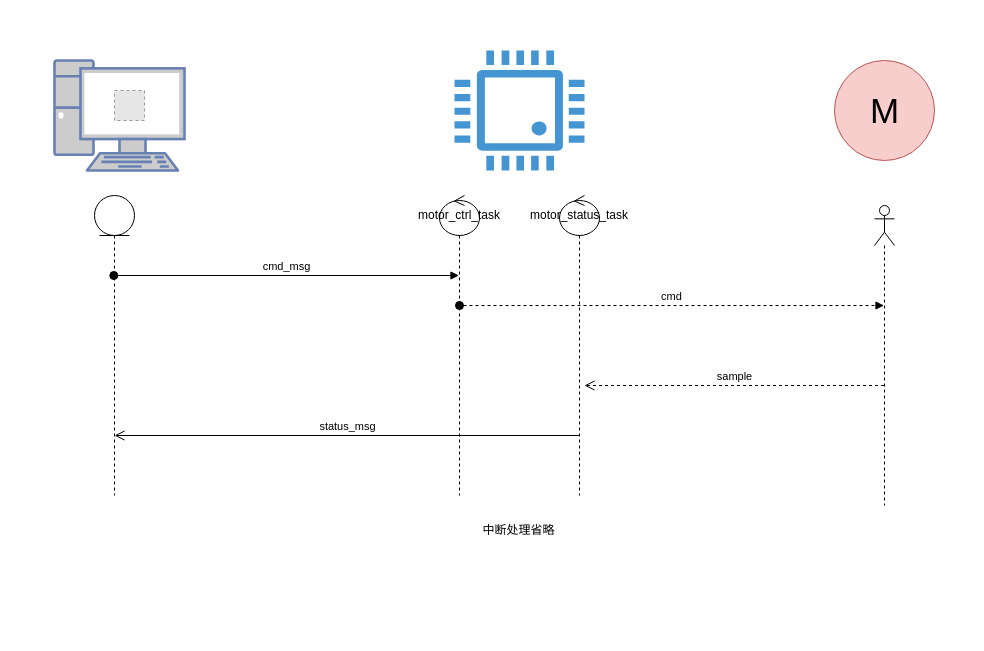
This is page "motor_ctrl_test" (12 of 12) of cx3288_sdk.drawio from hehenihao/chart, a draw.io file, before an edit. Source tidied: cells renumbered, new cells numbered last; positions are measured from the earlier drawing's top-left corner, leaving out a move shared by most shapes. Both pictures are drawn from the tidied source at 100%, with x=0, y=0 at pixel (17, 17). Pictures stored in the file or linked from it are replaced by grey dashed boxes.
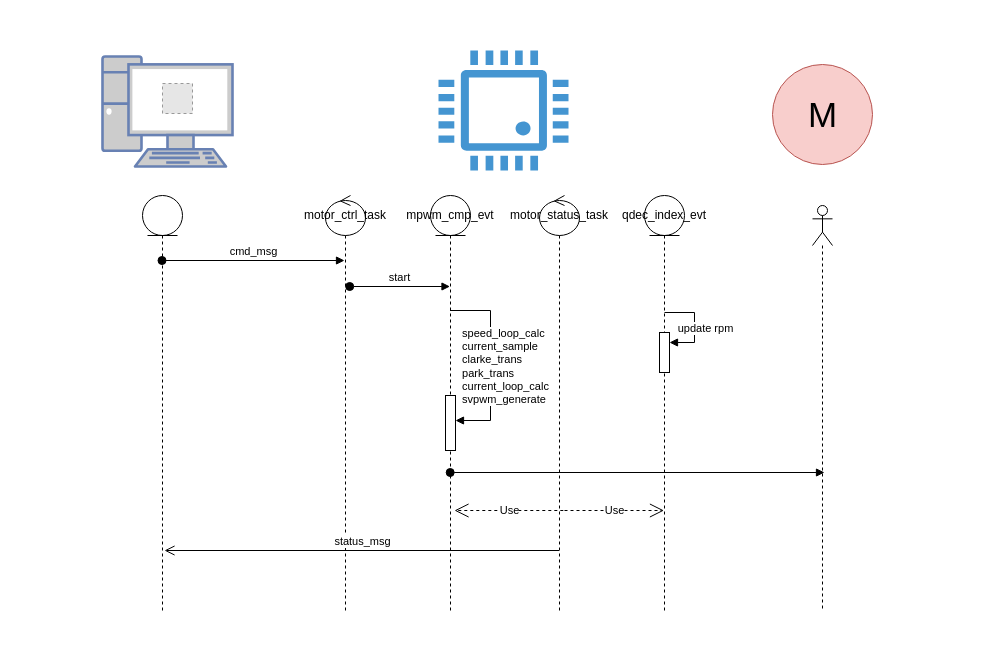
The same page after the edit.

Diff of the diagram source:
```diff
@@
-    <mxCell id="2" style="group;" parent="1" vertex="1">
-      <mxGeometry width="950" height="540" as="geometry" />
-    </mxCell>
-    <mxCell id="3" style="rounded=0;whiteSpace=wrap;html=1;strokeColor=none;" parent="2" vertex="1">
-      <mxGeometry width="950" height="540" as="geometry" />
+    <mxCell id="3" value="&lt;div style=&quot;font-size: 11px; text-align: left; text-wrap: nowrap;&quot;&gt;&lt;br&gt;&lt;/div&gt;" style="rounded=0;whiteSpace=wrap;html=1;strokeColor=none;" parent="1" vertex="1">
+      <mxGeometry x="47" y="13" width="840" height="604" as="geometry" />
     </mxCell>
-    <mxCell id="4" style="fontColor=#0066CC;verticalAlign=top;verticalLabelPosition=bottom;labelPosition=center;align=center;html=1;fillColor=#CCCCCC;strokeColor=#6881B3;gradientColor=none;gradientDirection=north;strokeWidth=2;shape=mxgraph.networks.pc;" parent="2" vertex="1">
-      <mxGeometry x="37" y="43" width="130" height="110" as="geometry" />
+    <mxCell id="4" style="fontColor=#0066CC;verticalAlign=top;verticalLabelPosition=bottom;labelPosition=center;align=center;html=1;fillColor=#CCCCCC;strokeColor=#6881B3;gradientColor=none;gradientDirection=north;strokeWidth=2;shape=mxgraph.networks.pc;" parent="1" vertex="1">
+      <mxGeometry x="85" y="39" width="130" height="110" as="geometry" />
     </mxCell>
-    <mxCell id="5" style="shadow=0;dashed=0;html=1;strokeColor=none;fillColor=#4495D1;labelPosition=center;verticalLabelPosition=bottom;verticalAlign=top;align=center;shape=mxgraph.veeam.cpu;" parent="2" vertex="1">
-      <mxGeometry x="437" y="33" width="130" height="120" as="geometry" />
+    <mxCell id="5" style="shadow=0;dashed=0;html=1;strokeColor=none;fillColor=#4495D1;labelPosition=center;verticalLabelPosition=bottom;verticalAlign=top;align=center;shape=mxgraph.veeam.cpu;" parent="1" vertex="1">
+      <mxGeometry x="421" y="33" width="130" height="120" as="geometry" />
     </mxCell>
-    <mxCell id="6" value="M" style="verticalLabelPosition=middle;shadow=0;dashed=0;align=center;html=1;verticalAlign=middle;strokeWidth=1;shape=ellipse;fontSize=35;fillColor=#f8cecc;strokeColor=#b85450;" parent="2" vertex="1">
-      <mxGeometry x="817" y="43" width="100" height="100" as="geometry" />
+    <mxCell id="6" value="M" style="verticalLabelPosition=middle;shadow=0;dashed=0;align=center;html=1;verticalAlign=middle;strokeWidth=1;shape=ellipse;fontSize=35;fillColor=#f8cecc;strokeColor=#b85450;" parent="1" vertex="1">
+      <mxGeometry x="755" y="47" width="100" height="100" as="geometry" />
     </mxCell>
-    <mxCell id="7" value="motor_ctrl_task" style="shape=umlLifeline;perimeter=lifelinePerimeter;whiteSpace=wrap;html=1;newEdgeStyle={&quot;curved&quot;:0,&quot;rounded&quot;:0};participant=umlControl;" parent="2" vertex="1">
-      <mxGeometry x="422" y="178" width="40" height="300" as="geometry" />
+    <mxCell id="7" value="motor_ctrl_task" style="shape=umlLifeline;perimeter=lifelinePerimeter;whiteSpace=wrap;html=1;newEdgeStyle={&quot;curved&quot;:0,&quot;rounded&quot;:0};participant=umlControl;" parent="1" vertex="1">
+      <mxGeometry x="308" y="178" width="40" height="415" as="geometry" />
     </mxCell>
-    <mxCell id="8" value="motor_status_task" style="shape=umlLifeline;perimeter=lifelinePerimeter;whiteSpace=wrap;html=1;outlineConnect=0;portConstraint=eastwest;newEdgeStyle={&quot;curved&quot;:0,&quot;rounded&quot;:0};participant=umlControl;" parent="2" vertex="1">
-      <mxGeometry x="542" y="178" width="40" height="300" as="geometry" />
+    <mxCell id="8" value="motor_status_task" style="shape=umlLifeline;perimeter=lifelinePerimeter;whiteSpace=wrap;html=1;outlineConnect=0;portConstraint=eastwest;newEdgeStyle={&quot;curved&quot;:0,&quot;rounded&quot;:0};participant=umlControl;" parent="1" vertex="1">
+      <mxGeometry x="522" y="178" width="40" height="415" as="geometry" />
     </mxCell>
-    <mxCell id="9" style="shape=umlLifeline;perimeter=lifelinePerimeter;whiteSpace=wrap;html=1;outlineConnect=0;portConstraint=eastwest;newEdgeStyle={&quot;curved&quot;:0,&quot;rounded&quot;:0};participant=umlActor;" parent="2" vertex="1">
-      <mxGeometry x="857" y="188" width="20" height="300" as="geometry" />
+    <mxCell id="9" style="shape=umlLifeline;perimeter=lifelinePerimeter;whiteSpace=wrap;html=1;outlineConnect=0;portConstraint=eastwest;newEdgeStyle={&quot;curved&quot;:0,&quot;rounded&quot;:0};participant=umlActor;" parent="1" vertex="1">
+      <mxGeometry x="795" y="188" width="20" height="405" as="geometry" />
     </mxCell>
-    <mxCell id="10" style="shape=umlLifeline;perimeter=lifelinePerimeter;whiteSpace=wrap;html=1;outlineConnect=0;portConstraint=eastwest;newEdgeStyle={&quot;curved&quot;:0,&quot;rounded&quot;:0};participant=umlEntity;" parent="2" vertex="1">
-      <mxGeometry x="77" y="178" width="40" height="300" as="geometry" />
+    <mxCell id="10" style="shape=umlLifeline;perimeter=lifelinePerimeter;whiteSpace=wrap;html=1;outlineConnect=0;portConstraint=eastwest;newEdgeStyle={&quot;curved&quot;:0,&quot;rounded&quot;:0};participant=umlEntity;" parent="1" vertex="1">
+      <mxGeometry x="125" y="178" width="40" height="415" as="geometry" />
     </mxCell>
-    <mxCell id="11" value="cmd_msg" style="html=1;verticalAlign=bottom;startArrow=oval;startFill=1;endArrow=block;startSize=8;curved=0;rounded=0;" parent="2" edge="1">
+    <mxCell id="11" value="cmd_msg" style="html=1;verticalAlign=bottom;startArrow=oval;startFill=1;endArrow=block;startSize=8;curved=0;rounded=0;" parent="1" edge="1" source="10">
       <mxGeometry relative="1" as="geometry">
-        <mxPoint x="96.3" y="258" as="sourcePoint" />
-        <mxPoint x="441.5" y="258" as="targetPoint" />
+        <mxPoint x="327" y="243" as="targetPoint" />
       </mxGeometry>
     </mxCell>
-    <mxCell id="12" value="cmd" style="html=1;verticalAlign=bottom;startArrow=oval;startFill=1;endArrow=block;startSize=8;curved=0;rounded=0;dashed=1;" parent="2" edge="1" target="9">
+    <mxCell id="12" value="start" style="html=1;verticalAlign=bottom;startArrow=oval;startFill=1;endArrow=block;startSize=8;curved=0;rounded=0;" parent="1" edge="1">
       <mxGeometry relative="1" as="geometry">
-        <mxPoint x="442" y="288" as="sourcePoint" />
+        <mxPoint x="332.2" y="269" as="sourcePoint" />
+        <mxPoint x="432.5" y="269" as="targetPoint" />
       </mxGeometry>
     </mxCell>
-    <mxCell id="13" value="sample" style="html=1;verticalAlign=bottom;endArrow=open;dashed=1;endSize=8;curved=0;rounded=0;" parent="2" edge="1" source="9">
-      <mxGeometry relative="1" as="geometry">
-        <mxPoint x="567" y="368" as="targetPoint" />
-      </mxGeometry>
-    </mxCell>
-    <mxCell id="14" value="status_msg" style="html=1;verticalAlign=bottom;endArrow=open;endSize=8;curved=0;rounded=0;" parent="2" edge="1" source="8">
+    <mxCell id="14" value="status_msg" style="html=1;verticalAlign=bottom;endArrow=open;endSize=8;curved=0;rounded=0;" parent="1" edge="1" source="8">
       <mxGeometry relative="1" as="geometry">
-        <mxPoint x="97" y="418" as="targetPoint" />
+        <mxPoint x="147" y="533" as="targetPoint" />
       </mxGeometry>
     </mxCell>
-    <mxCell id="15" value="中断处理省略" style="text;html=1;align=center;verticalAlign=middle;whiteSpace=wrap;rounded=0;" parent="2" vertex="1">
-      <mxGeometry x="444" y="498" width="115" height="30" as="geometry" />
-    </mxCell>
-    <mxCell id="16" style="fillColor=#E6E6E6;strokeColor=#999999;dashed=1;html=1;verticalAlign=top;verticalLabelPosition=bottom;labelBackgroundColor=#ffffff;" parent="2" vertex="1">
-      <mxGeometry x="97" y="73" width="30" height="30" as="geometry" />
+    <mxCell id="16" style="fillColor=#E6E6E6;strokeColor=#999999;dashed=1;html=1;verticalAlign=top;verticalLabelPosition=bottom;labelBackgroundColor=#ffffff;" parent="1" vertex="1">
+      <mxGeometry x="145" y="66" width="30" height="30" as="geometry" />
     </mxCell>
+    <mxCell id="17" value="mpwm_cmp_evt" style="shape=umlLifeline;perimeter=lifelinePerimeter;whiteSpace=wrap;html=1;outlineConnect=0;portConstraint=eastwest;newEdgeStyle={&quot;curved&quot;:0,&quot;rounded&quot;:0};participant=umlEntity;" parent="1" vertex="1">
+      <mxGeometry x="413" y="178" width="40" height="415" as="geometry" />
+    </mxCell>
+    <mxCell id="18" style="html=1;points=[[0,0,0,0,5],[0,1,0,0,-5],[1,0,0,0,5],[1,1,0,0,-5]];perimeter=orthogonalPerimeter;outlineConnect=0;targetShapes=umlLifeline;portConstraint=eastwest;newEdgeStyle={&quot;curved&quot;:0,&quot;rounded&quot;:0};" parent="17" vertex="1">
+      <mxGeometry x="15" y="200" width="10" height="55" as="geometry" />
+    </mxCell>
+    <mxCell id="19" style="html=1;align=left;spacingLeft=2;endArrow=block;rounded=0;edgeStyle=orthogonalEdgeStyle;curved=0;rounded=0;" parent="17" edge="1" source="17" target="18">
+      <mxGeometry relative="1" as="geometry">
+        <Array as="points">
+          <mxPoint x="60" y="115" />
+          <mxPoint x="60" y="225" />
+        </Array>
+      </mxGeometry>
+    </mxCell>
+    <mxCell id="20" value="&lt;div style=&quot;text-align: left;&quot;&gt;speed_loop_calc&lt;/div&gt;&lt;div style=&quot;text-align: left;&quot;&gt;current_sample&lt;/div&gt;&lt;div style=&quot;text-align: left;&quot;&gt;clarke_trans&lt;/div&gt;&lt;div style=&quot;text-align: left;&quot;&gt;park_trans&lt;/div&gt;&lt;div style=&quot;text-align: left;&quot;&gt;current_loop_calc&lt;/div&gt;&lt;div style=&quot;text-align: left;&quot;&gt;svpwm_generate&lt;/div&gt;" style="edgeLabel;html=1;align=center;verticalAlign=middle;labelBackgroundColor=default;" parent="19" vertex="1">
+      <mxGeometry x="0.04" y="-2" relative="1" as="geometry">
+        <mxPoint x="16" as="offset" />
+      </mxGeometry>
+    </mxCell>
+    <mxCell id="21" style="html=1;verticalAlign=bottom;startArrow=oval;startFill=1;endArrow=block;startSize=8;curved=0;rounded=0;" parent="1" edge="1">
+      <mxGeometry relative="1" as="geometry">
+        <mxPoint x="432.7" y="455" as="sourcePoint" />
+        <mxPoint x="807" y="455" as="targetPoint" />
+      </mxGeometry>
+    </mxCell>
+    <mxCell id="22" value="qdec_index_evt" style="shape=umlLifeline;perimeter=lifelinePerimeter;whiteSpace=wrap;html=1;outlineConnect=0;portConstraint=eastwest;newEdgeStyle={&quot;curved&quot;:0,&quot;rounded&quot;:0};participant=umlEntity;" parent="1" vertex="1">
+      <mxGeometry x="627" y="178" width="40" height="415" as="geometry" />
+    </mxCell>
+    <mxCell id="23" style="html=1;points=[[0,0,0,0,5],[0,1,0,0,-5],[1,0,0,0,5],[1,1,0,0,-5]];perimeter=orthogonalPerimeter;outlineConnect=0;targetShapes=umlLifeline;portConstraint=eastwest;newEdgeStyle={&quot;curved&quot;:0,&quot;rounded&quot;:0};" parent="1" vertex="1">
+      <mxGeometry x="642" y="315" width="10" height="40" as="geometry" />
+    </mxCell>
+    <mxCell id="24" style="html=1;align=left;spacingLeft=2;endArrow=block;rounded=0;edgeStyle=orthogonalEdgeStyle;curved=0;rounded=0;" parent="1" edge="1" target="23">
+      <mxGeometry relative="1" as="geometry">
+        <mxPoint x="647" y="295" as="sourcePoint" />
+        <Array as="points">
+          <mxPoint x="677" y="325" />
+        </Array>
+      </mxGeometry>
+    </mxCell>
+    <mxCell id="25" value="&lt;span style=&quot;text-align: left;&quot;&gt;update rpm&lt;/span&gt;" style="edgeLabel;html=1;align=center;verticalAlign=middle;" parent="24" vertex="1">
+      <mxGeometry x="0.19" y="1" relative="1" as="geometry">
+        <mxPoint x="9" y="-6" as="offset" />
+      </mxGeometry>
+    </mxCell>
+    <mxCell id="26" value="Use" style="endArrow=open;endSize=12;dashed=1;html=1;rounded=0;" parent="1" edge="1" target="22">
+      <mxGeometry relative="1" as="geometry">
+        <mxPoint x="547" y="493" as="sourcePoint" />
+      </mxGeometry>
+    </mxCell>
+    <mxCell id="27" value="Use" style="endArrow=open;endSize=12;dashed=1;html=1;rounded=0;" parent="1" edge="1">
+      <mxGeometry relative="1" as="geometry">
+        <mxPoint x="545.8" y="493" as="sourcePoint" />
+        <mxPoint x="437" y="493" as="targetPoint" />
+      </mxGeometry>
+    </mxCell>
```
